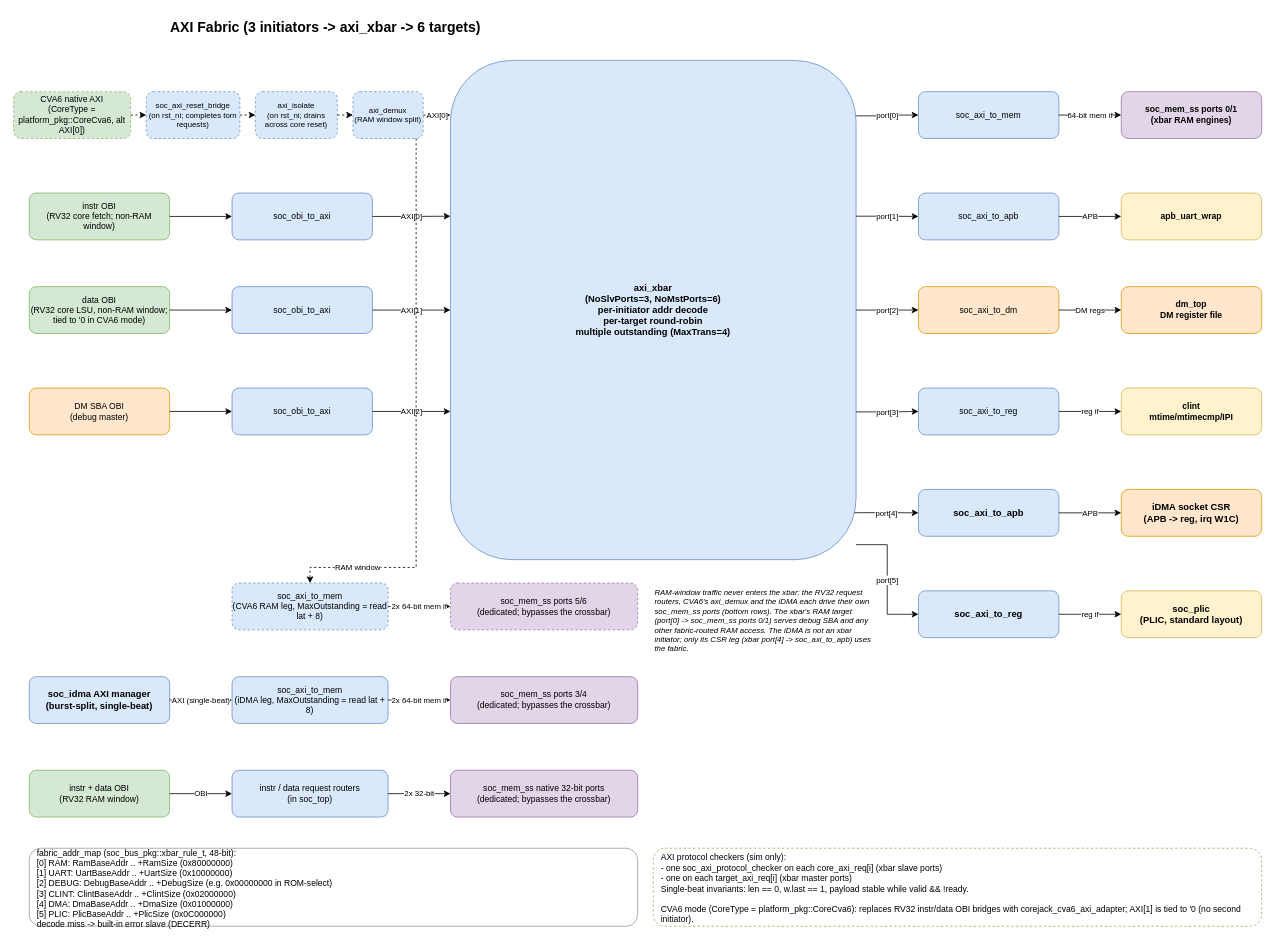
The draw.io diagram page "AXI Fabric" (2 of 8) of docs/source/media/corejack_soc.drawio in patrickerich/corejack, before the edit. Source tidied: cells renumbered, new cells numbered last; positions are measured from the earlier drawing's top-left corner, leaving out a move shared by most shapes. Both pictures are drawn from the tidied source at 78%, with x=0, y=0 at pixel (13, 13).
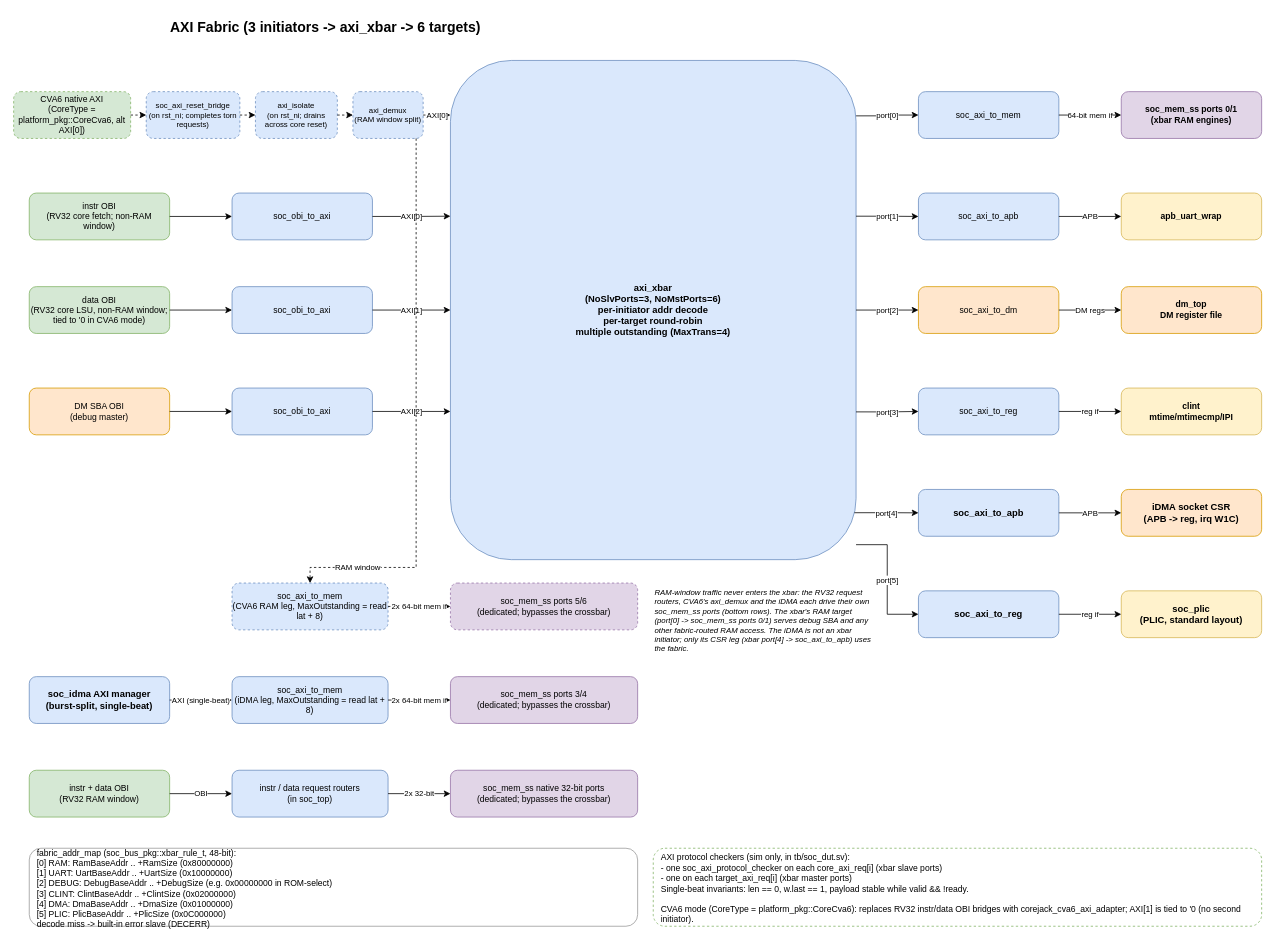
The same diagram, later.

Commit message (it also covers changes not shown here):
Move the AXI protocol checker to tb/

Diff of the diagram source:
```diff
@@
-    <mxCell id="30" value="AXI protocol checkers (sim only):&#10;- one soc_axi_protocol_checker on each core_axi_req[i] (xbar slave ports)&#10;- one on each target_axi_req[i] (xbar master ports)&#10;Single-beat invariants: len == 0, w.last == 1, payload stable while valid &amp;&amp; !ready.&#10;&#10;CVA6 mode (CoreType = platform_pkg::CoreCva6): replaces RV32 instr/data OBI bridges with corejack_cva6_axi_adapter; AXI[1] is tied to '0 (no second initiator)." style="rounded=1;whiteSpace=wrap;html=1;fillColor=#FFFFFF;strokeColor=#82b366;fontSize=11;align=left;spacingLeft=8;spacingTop=4;dashed=1;" parent="1" vertex="1">
+    <mxCell id="30" value="AXI protocol checkers (sim only, in tb/soc_dut.sv):&#10;- one soc_axi_protocol_checker on each core_axi_req[i] (xbar slave ports)&#10;- one on each target_axi_req[i] (xbar master ports)&#10;Single-beat invariants: len == 0, w.last == 1, payload stable while valid &amp;&amp; !ready.&#10;&#10;CVA6 mode (CoreType = platform_pkg::CoreCva6): replaces RV32 instr/data OBI bridges with corejack_cva6_axi_adapter; AXI[1] is tied to '0 (no second initiator)." style="rounded=1;whiteSpace=wrap;html=1;fillColor=#FFFFFF;strokeColor=#82b366;fontSize=11;align=left;spacingLeft=8;spacingTop=4;dashed=1;" parent="1" vertex="1">
       <mxGeometry x="820" y="1070" width="780" height="100" as="geometry" />
     </mxCell>
```
